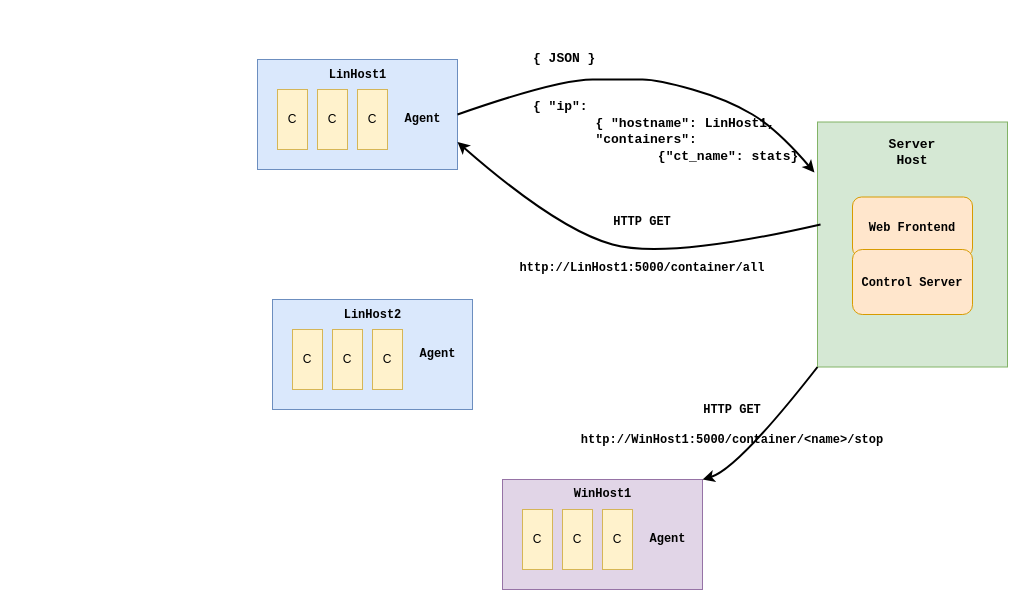
Earlier version of the draw.io diagram docs/architecture.drawio (mrmysko/itinf23-scrumprojekt-lime-koala). Source tidied: cells renumbered, new cells numbered last; positions are measured from the earlier drawing's top-left corner, leaving out a move shared by most shapes. Both pictures are drawn from the tidied source at 100%, with x=0, y=0 at pixel (257, 17).
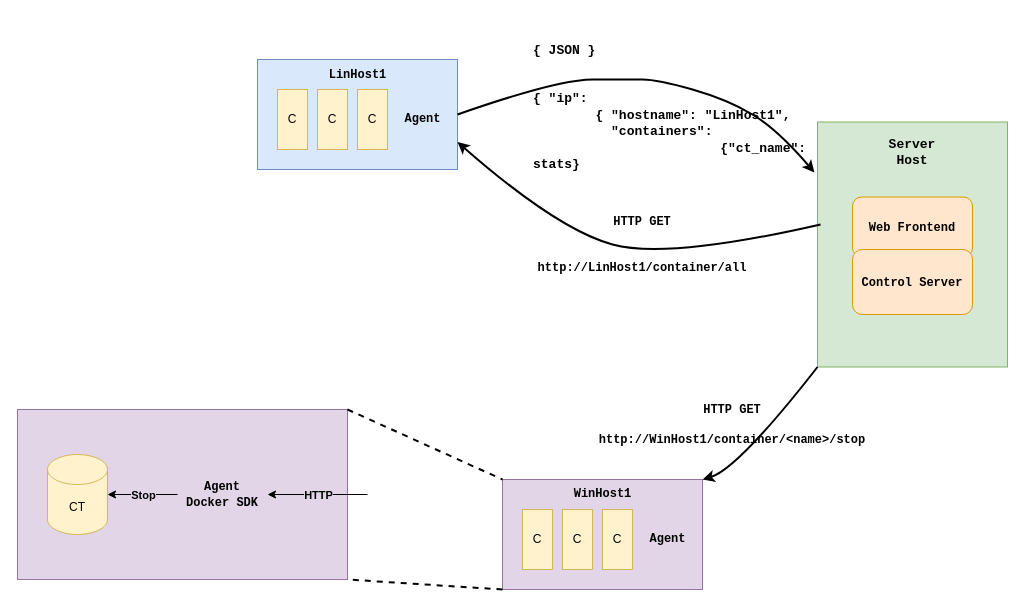
The same page after the edit.

Unchanged cells that the change refers to:
```xml
<mxCell id="4" style="rounded=0;whiteSpace=wrap;html=1;fillColor=#e1d5e7;strokeColor=#9673a6;" parent="1" vertex="1">
  <mxGeometry x="245" y="462" width="200" height="110" as="geometry" />
</mxCell>
```

Change to the diagram source:
```diff
@@
-    <mxCell id="3" style="rounded=0;whiteSpace=wrap;html=1;fillColor=#dae8fc;strokeColor=#6c8ebf;" parent="1" vertex="1">
-      <mxGeometry x="15" y="282" width="200" height="110" as="geometry" />
-    </mxCell>
@@
-    <mxCell id="8" value="C" style="rounded=0;whiteSpace=wrap;html=1;fillColor=#fff2cc;strokeColor=#d6b656;" parent="1" vertex="1">
-      <mxGeometry x="115" y="312" width="30" height="60" as="geometry" />
-    </mxCell>
-    <mxCell id="9" value="C" style="rounded=0;whiteSpace=wrap;html=1;fillColor=#fff2cc;strokeColor=#d6b656;" parent="1" vertex="1">
-      <mxGeometry x="75" y="312" width="30" height="60" as="geometry" />
-    </mxCell>
-    <mxCell id="10" value="C" style="rounded=0;whiteSpace=wrap;html=1;fillColor=#fff2cc;strokeColor=#d6b656;" parent="1" vertex="1">
-      <mxGeometry x="35" y="312" width="30" height="60" as="geometry" />
-    </mxCell>
@@
-    <mxCell id="15" value="&lt;font&gt;Agent&lt;/font&gt;" style="text;html=1;align=center;verticalAlign=middle;strokeColor=none;fillColor=none;fontFamily=Courier New;fontStyle=1;" parent="1" vertex="1">
-      <mxGeometry x="150" y="322" width="60" height="30" as="geometry" />
-    </mxCell>
@@
-    <mxCell id="19" value="&lt;b&gt;&lt;font face=&quot;Courier New&quot;&gt;LinHost2&lt;/font&gt;&lt;/b&gt;" style="text;html=1;align=center;verticalAlign=middle;strokeColor=none;fillColor=none;" parent="1" vertex="1">
-      <mxGeometry x="75" y="282" width="80" height="30" as="geometry" />
-    </mxCell>
@@
-    <mxCell id="25" value="&lt;div style=&quot;font-size: 13px;&quot;&gt;&lt;font face=&quot;Courier New&quot; style=&quot;font-size: 13px;&quot;&gt;&lt;b style=&quot;font-size: 13px;&quot;&gt;{ JSON }&lt;/b&gt;&lt;/font&gt;&lt;/div&gt;&lt;div style=&quot;font-size: 13px;&quot;&gt;&lt;font face=&quot;dG47eCbUaVrvH9eu_8gl&quot; style=&quot;font-size: 13px;&quot;&gt;&lt;br style=&quot;font-size: 13px;&quot;&gt;&lt;/font&gt;&lt;/div&gt;&lt;div style=&quot;font-size: 13px;&quot;&gt;&lt;font face=&quot;dG47eCbUaVrvH9eu_8gl&quot; style=&quot;font-size: 13px;&quot;&gt;&lt;br style=&quot;font-size: 13px;&quot;&gt;&lt;/font&gt;&lt;/div&gt;&lt;div style=&quot;font-size: 13px;&quot;&gt;&lt;font face=&quot;Courier New&quot; style=&quot;font-size: 13px;&quot;&gt;&lt;b style=&quot;font-size: 13px;&quot;&gt;{ &quot;ip&quot;: &lt;/b&gt;&lt;br style=&quot;font-size: 13px;&quot;&gt;&lt;/font&gt;&lt;/div&gt;&lt;div style=&quot;font-size: 13px;&quot;&gt;&lt;font face=&quot;Courier New&quot; style=&quot;font-size: 13px;&quot;&gt;&lt;b style=&quot;font-size: 13px;&quot;&gt;&lt;span style=&quot;white-space: pre; font-size: 13px;&quot;&gt;&#9;&lt;/span&gt;{ &quot;hostname&quot;: LinHost1,&amp;nbsp;&lt;/b&gt;&lt;/font&gt;&lt;/div&gt;&lt;div style=&quot;font-size: 13px;&quot;&gt;&lt;font face=&quot;Courier New&quot; style=&quot;font-size: 13px;&quot;&gt;&lt;b style=&quot;font-size: 13px;&quot;&gt;&lt;span style=&quot;white-space: pre; font-size: 13px;&quot;&gt;&#9;&lt;/span&gt;&quot;containers&quot;:&amp;nbsp;&lt;/b&gt;&lt;/font&gt;&lt;/div&gt;&lt;div style=&quot;font-size: 13px;&quot;&gt;&lt;font face=&quot;Courier New&quot; style=&quot;font-size: 13px;&quot;&gt;&lt;b style=&quot;font-size: 13px;&quot;&gt;&lt;span style=&quot;white-space: pre; font-size: 13px;&quot;&gt;&#9;&lt;/span&gt;&lt;span style=&quot;white-space: pre; font-size: 13px;&quot;&gt;&#9;&lt;/span&gt;{&quot;ct_name&quot;: stats}&lt;/b&gt;&lt;/font&gt;&lt;/div&gt;" style="text;strokeColor=none;fillColor=none;align=left;verticalAlign=middle;spacingLeft=4;spacingRight=4;overflow=hidden;whiteSpace=wrap;html=1;fontSize=13;" parent="1" vertex="1">
+    <mxCell id="25" value="&lt;div style=&quot;font-size: 13px;&quot;&gt;&lt;font face=&quot;Courier New&quot; style=&quot;font-size: 13px;&quot;&gt;&lt;b style=&quot;font-size: 13px;&quot;&gt;{ JSON }&lt;/b&gt;&lt;/font&gt;&lt;/div&gt;&lt;div style=&quot;font-size: 13px;&quot;&gt;&lt;font face=&quot;dG47eCbUaVrvH9eu_8gl&quot; style=&quot;font-size: 13px;&quot;&gt;&lt;br style=&quot;font-size: 13px;&quot;&gt;&lt;/font&gt;&lt;/div&gt;&lt;div style=&quot;font-size: 13px;&quot;&gt;&lt;font face=&quot;dG47eCbUaVrvH9eu_8gl&quot; style=&quot;font-size: 13px;&quot;&gt;&lt;br style=&quot;font-size: 13px;&quot;&gt;&lt;/font&gt;&lt;/div&gt;&lt;div style=&quot;font-size: 13px;&quot;&gt;&lt;font face=&quot;Courier New&quot; style=&quot;font-size: 13px;&quot;&gt;&lt;b style=&quot;font-size: 13px;&quot;&gt;{ &quot;ip&quot;: &lt;/b&gt;&lt;br style=&quot;font-size: 13px;&quot;&gt;&lt;/font&gt;&lt;/div&gt;&lt;div style=&quot;font-size: 13px;&quot;&gt;&lt;font face=&quot;Courier New&quot; style=&quot;font-size: 13px;&quot;&gt;&lt;b style=&quot;font-size: 13px;&quot;&gt;&lt;span style=&quot;white-space: pre; font-size: 13px;&quot;&gt;&#9;&lt;/span&gt;{ &quot;hostname&quot;: &quot;LinHost1&quot;,&amp;nbsp;&lt;/b&gt;&lt;/font&gt;&lt;/div&gt;&lt;div style=&quot;font-size: 13px;&quot;&gt;&lt;font face=&quot;Courier New&quot; style=&quot;font-size: 13px;&quot;&gt;&lt;b style=&quot;font-size: 13px;&quot;&gt;&lt;span style=&quot;white-space: pre; font-size: 13px;&quot;&gt;&#9;&lt;/span&gt;&amp;nbsp; &quot;containers&quot;:&amp;nbsp;&lt;/b&gt;&lt;/font&gt;&lt;/div&gt;&lt;div style=&quot;font-size: 13px;&quot;&gt;&lt;font face=&quot;Courier New&quot; style=&quot;font-size: 13px;&quot;&gt;&lt;b style=&quot;font-size: 13px;&quot;&gt;&lt;span style=&quot;white-space: pre; font-size: 13px;&quot;&gt;&#9;&lt;/span&gt;&lt;span style=&quot;white-space: pre; font-size: 13px;&quot;&gt;&#9;&lt;/span&gt;&lt;span style=&quot;white-space: pre;&quot;&gt;&#9;&lt;/span&gt;{&quot;ct_name&quot;: stats}&lt;/b&gt;&lt;/font&gt;&lt;/div&gt;" style="text;strokeColor=none;fillColor=none;align=left;verticalAlign=middle;spacingLeft=4;spacingRight=4;overflow=hidden;whiteSpace=wrap;html=1;fontSize=13;" parent="1" vertex="1">
       <mxGeometry x="270" y="-0.5" width="280" height="180" as="geometry" />
     </mxCell>
@@
-    <mxCell id="27" value="&lt;div&gt;&lt;font face=&quot;Courier New&quot;&gt;&lt;b&gt;HTTP GET &lt;br&gt;&lt;/b&gt;&lt;/font&gt;&lt;/div&gt;&lt;div&gt;&lt;font face=&quot;Courier New&quot;&gt;&lt;b&gt;&lt;br&gt;&lt;/b&gt;&lt;/font&gt;&lt;/div&gt;&lt;div&gt;&lt;font face=&quot;Courier New&quot;&gt;&lt;b&gt;&lt;br&gt;&lt;/b&gt;&lt;/font&gt;&lt;/div&gt;&lt;div&gt;&lt;font face=&quot;Courier New&quot;&gt;&lt;b&gt;http://LinHost1:5000/container/all&lt;/b&gt;&lt;/font&gt;&lt;/div&gt;" style="text;html=1;align=center;verticalAlign=middle;whiteSpace=wrap;rounded=0;" parent="1" vertex="1">
+    <mxCell id="27" value="&lt;div&gt;&lt;font face=&quot;Courier New&quot;&gt;&lt;b&gt;HTTP GET &lt;br&gt;&lt;/b&gt;&lt;/font&gt;&lt;/div&gt;&lt;div&gt;&lt;font face=&quot;Courier New&quot;&gt;&lt;b&gt;&lt;br&gt;&lt;/b&gt;&lt;/font&gt;&lt;/div&gt;&lt;div&gt;&lt;font face=&quot;Courier New&quot;&gt;&lt;b&gt;&lt;br&gt;&lt;/b&gt;&lt;/font&gt;&lt;/div&gt;&lt;div&gt;&lt;font face=&quot;Courier New&quot;&gt;&lt;b&gt;http://LinHost1/container/all&lt;/b&gt;&lt;/font&gt;&lt;/div&gt;" style="text;html=1;align=center;verticalAlign=middle;whiteSpace=wrap;rounded=0;" parent="1" vertex="1">
       <mxGeometry x="245" y="167" width="280" height="120" as="geometry" />
     </mxCell>
@@
-    <mxCell id="29" value="&lt;div&gt;&lt;font face=&quot;Courier New&quot;&gt;&lt;b&gt;HTTP GET&lt;/b&gt;&lt;/font&gt;&lt;/div&gt;&lt;div&gt;&lt;font face=&quot;rh8qvzh_JLuNbVXvK0kK&quot;&gt;&lt;br&gt;&lt;/font&gt;&lt;/div&gt;&lt;div&gt;&lt;b&gt;&lt;font face=&quot;Courier New&quot;&gt;http://WinHost1:5000/container/&amp;lt;name&amp;gt;/stop&lt;/font&gt;&lt;/b&gt;&lt;/div&gt;" style="text;html=1;align=center;verticalAlign=middle;whiteSpace=wrap;rounded=0;" parent="1" vertex="1">
+    <mxCell id="29" value="&lt;div&gt;&lt;font face=&quot;Courier New&quot;&gt;&lt;b&gt;HTTP GET&lt;/b&gt;&lt;/font&gt;&lt;/div&gt;&lt;div&gt;&lt;font face=&quot;rh8qvzh_JLuNbVXvK0kK&quot;&gt;&lt;br&gt;&lt;/font&gt;&lt;/div&gt;&lt;div&gt;&lt;b&gt;&lt;font face=&quot;Courier New&quot;&gt;http://WinHost1/container/&amp;lt;name&amp;gt;/stop&lt;/font&gt;&lt;/b&gt;&lt;/div&gt;" style="text;html=1;align=center;verticalAlign=middle;whiteSpace=wrap;rounded=0;" parent="1" vertex="1">
       <mxGeometry x="280" y="362" width="390" height="90" as="geometry" />
     </mxCell>
+    <mxCell id="30" style="endArrow=none;dashed=1;html=1;rounded=0;exitX=0;exitY=1;exitDx=0;exitDy=0;entryX=1;entryY=1;entryDx=0;entryDy=0;strokeWidth=2;" parent="1" edge="1" source="4" target="31">
+      <mxGeometry relative="1" as="geometry" />
+    </mxCell>
+    <mxCell id="31" style="rounded=0;whiteSpace=wrap;html=1;fillColor=#e1d5e7;strokeColor=#9673a6;" parent="1" vertex="1">
+      <mxGeometry x="-240" y="392" width="330" height="170" as="geometry" />
+    </mxCell>
+    <mxCell id="32" style="endArrow=none;dashed=1;html=1;rounded=0;entryX=0;entryY=0;entryDx=0;entryDy=0;exitX=1;exitY=0;exitDx=0;exitDy=0;strokeWidth=2;" parent="1" edge="1" source="31" target="4">
+      <mxGeometry relative="1" as="geometry" />
+    </mxCell>
+    <mxCell id="33" value="&lt;font face=&quot;Courier New&quot;&gt;Agent&lt;/font&gt;&lt;div&gt;&lt;font face=&quot;Courier New&quot;&gt;Docker SDK&lt;br&gt;&lt;/font&gt;&lt;/div&gt;" style="text;html=1;align=center;verticalAlign=middle;whiteSpace=wrap;rounded=0;fontStyle=1;" parent="1" vertex="1">
+      <mxGeometry x="-80" y="462" width="90" height="30" as="geometry" />
+    </mxCell>
+    <mxCell id="34" value="CT" style="shape=cylinder3;whiteSpace=wrap;html=1;boundedLbl=1;backgroundOutline=1;size=15;fillColor=#fff2cc;strokeColor=#d6b656;" parent="1" vertex="1">
+      <mxGeometry x="-210" y="437" width="60" height="80" as="geometry" />
+    </mxCell>
+    <mxCell id="35" style="endArrow=classic;html=1;rounded=0;entryX=1;entryY=0.5;entryDx=0;entryDy=0;" parent="1" edge="1" target="33">
+      <mxGeometry relative="1" as="geometry">
+        <mxPoint x="110" y="477" as="sourcePoint" />
+      </mxGeometry>
+    </mxCell>
+    <mxCell id="36" value="HTTP" style="edgeLabel;html=1;align=center;verticalAlign=middle;fontStyle=1;labelBackgroundColor=#E1D5E7;" parent="35" vertex="1">
+      <mxGeometry relative="1" as="geometry" />
+    </mxCell>
+    <mxCell id="37" style="endArrow=classic;html=1;rounded=0;entryX=1;entryY=0.5;entryDx=0;entryDy=0;entryPerimeter=0;exitX=0;exitY=0.5;exitDx=0;exitDy=0;fontStyle=3;" parent="1" edge="1" source="33" target="34">
+      <mxGeometry relative="1" as="geometry" />
+    </mxCell>
+    <mxCell id="38" value="&lt;div&gt;Stop&lt;/div&gt;" style="edgeLabel;html=1;align=center;verticalAlign=middle;fontStyle=1;labelBackgroundColor=#E1D5E7;" parent="37" vertex="1">
+      <mxGeometry relative="1" as="geometry" />
+    </mxCell>
```
